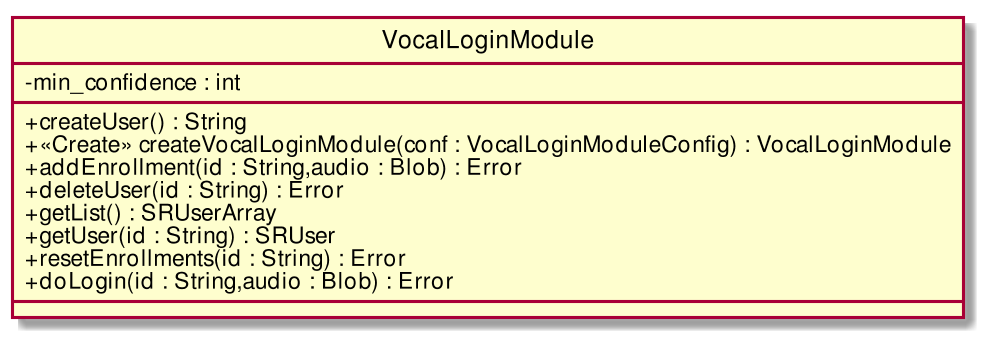
This is RP/Esterni/DefinizioneDiProdotto/images/ClassVocalLoginModule.png from CoCodeSWE/Docs, a PlantUML export, as it was before one commit. Source of this version:
```plantuml
@startuml
scale 1000*1000
skinparam classAttributeIconSize 0
class VocalLoginModule{
- min_confidence : int
__
+ createUser() : String
+ <<Create>> createVocalLoginModule(conf : VocalLoginModuleConfig) : VocalLoginModule
+ addEnrollment(id : String,audio : Blob) : Error
+ deleteUser(id : String) : Error
+ getList() : SRUserArray
+ getUser(id : String) : SRUser
+ resetEnrollments(id : String) : Error
+ doLogin(id : String,audio : Blob) : Error
__

}
hide circle
@enduml
```
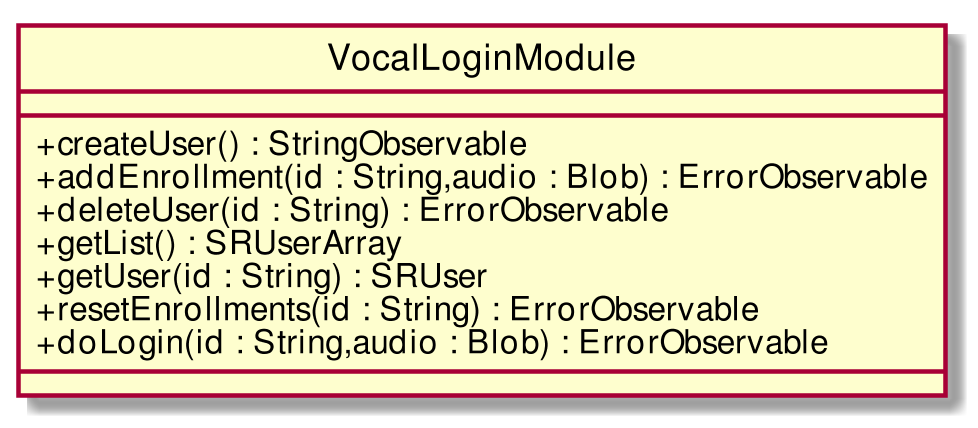
After the commit.

What changed in the source:
```diff
@@ -1,17 +1,16 @@
 @startuml
 scale 1000*1000
 skinparam classAttributeIconSize 0
+interface VocalLoginModule
 class VocalLoginModule{
-- min_confidence : int
 __
-+ createUser() : String
-+ <<Create>> createVocalLoginModule(conf : VocalLoginModuleConfig) : VocalLoginModule
-+ addEnrollment(id : String,audio : Blob) : Error
-+ deleteUser(id : String) : Error
++ createUser() : StringObservable
++ addEnrollment(id : String,audio : Blob) : ErrorObservable
++ deleteUser(id : String) : ErrorObservable
 + getList() : SRUserArray
 + getUser(id : String) : SRUser
-+ resetEnrollments(id : String) : Error
-+ doLogin(id : String,audio : Blob) : Error
++ resetEnrollments(id : String) : ErrorObservable
++ doLogin(id : String,audio : Blob) : ErrorObservable
 __
 
 }
```
